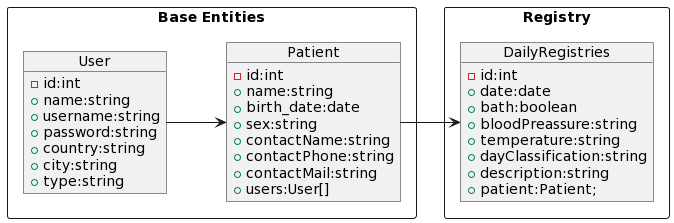
Earlier version of the PlantUML export docs/Entidades/DiagramaDeEntidades.png (Alexandrense/appcuidar_api).
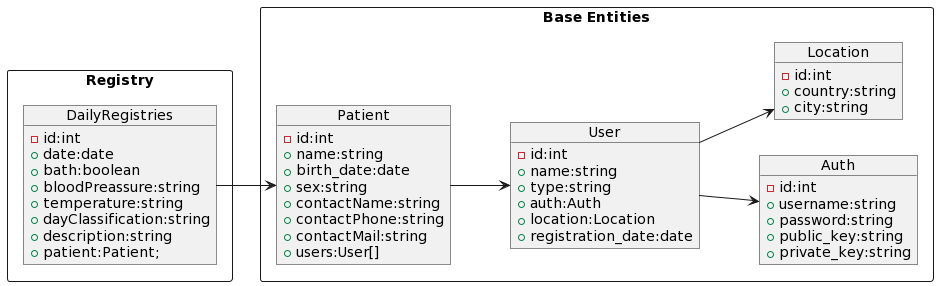
Above is the later version.

Change to the diagram source:
```diff
@@ -2,14 +2,28 @@
 left to right direction
 
 rectangle "Base Entities" {
+
   object User {
     -id:int
     +name:string
+    +type:string
+    +auth:Auth
+    +location:Location
+    +registration_date:date
+  }
+
+  object Auth {
+    -id:int
     +username:string
     +password:string
+    +public_key:string
+    +private_key:string
+  }
+
+  object Location {
+    -id:int
     +country:string
     +city:string
-    +type:string
   }
 
   object Patient {
@@ -36,7 +50,8 @@
   }
 }
 
-
-User --> Patient
-Patient --> DailyRegistries
+User --> Auth
+User --> Location
+Patient --> User
+DailyRegistries --> Patient
 @enduml
```
